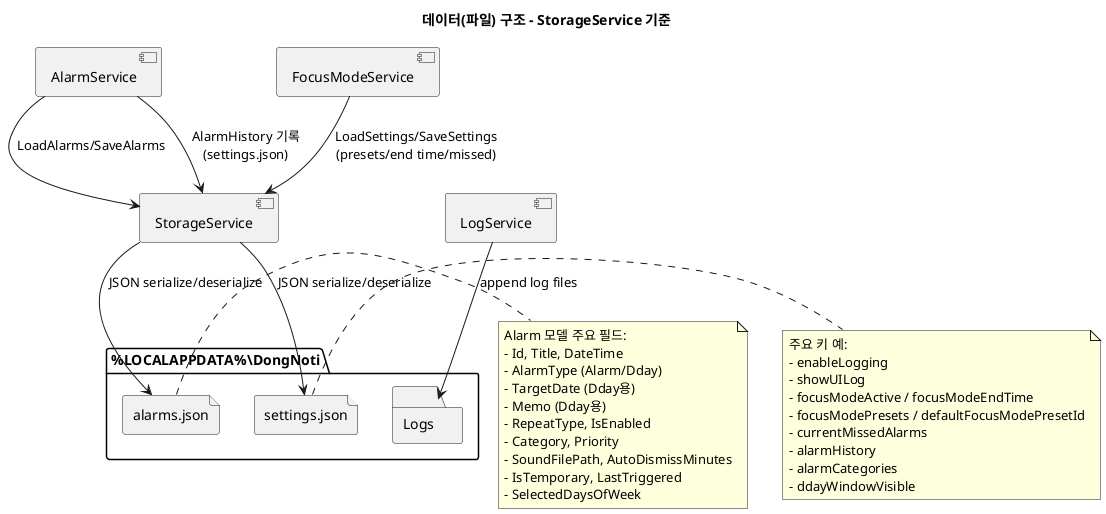
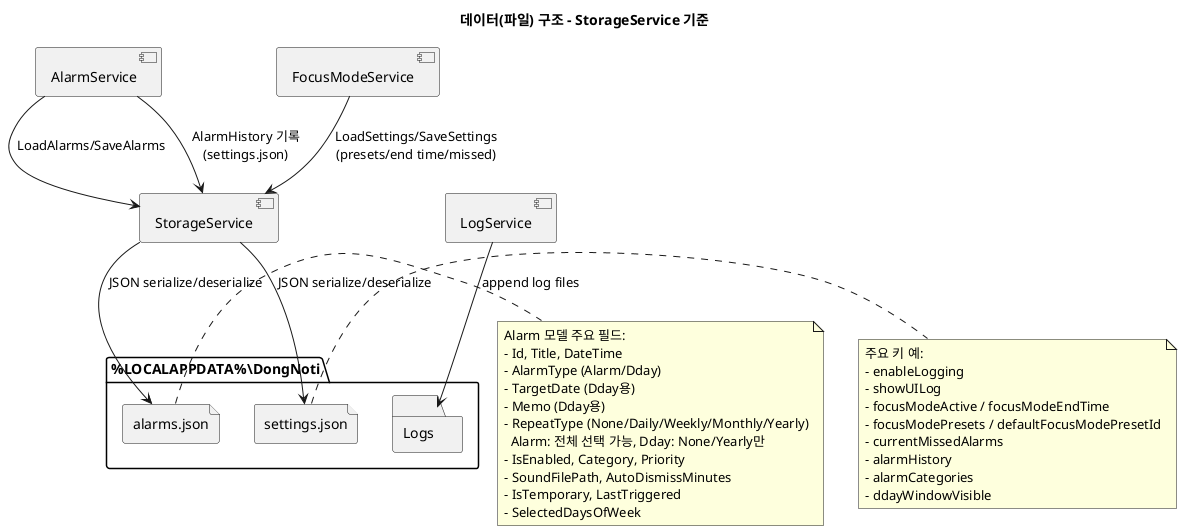
@startuml
title 데이터(파일) 구조 - StorageService 기준

skinparam shadowing false

package "%LOCALAPPDATA%\\DongNoti" {
  file "alarms.json" as Alarms
  file "settings.json" as Settings
  folder "Logs" as Logs
}

component "StorageService" as Store
component "LogService" as Log
component "AlarmService" as AlarmSvc
component "FocusModeService" as Focus

AlarmSvc --> Store : LoadAlarms/SaveAlarms
Focus --> Store : LoadSettings/SaveSettings\n(presets/end time/missed)
AlarmSvc --> Store : AlarmHistory 기록\n(settings.json)

Store --> Alarms : JSON serialize/deserialize
Store --> Settings : JSON serialize/deserialize
Log --> Logs : append log files

note right of Alarms
Alarm 모델 주요 필드:
- Id, Title, DateTime
- AlarmType (Alarm/Dday)
- TargetDate (Dday용)
- Memo (Dday용)
- - RepeatType, IsEnabled
- - Category, Priority
+ - RepeatType (None/Daily/Weekly/Monthly/Yearly)
+   Alarm: 전체 선택 가능, Dday: None/Yearly만
+ - IsEnabled, Category, Priority
- SoundFilePath, AutoDismissMinutes
- IsTemporary, LastTriggered
- SelectedDaysOfWeek
end note

note right of Settings
주요 키 예:
- enableLogging
- showUILog
- focusModeActive / focusModeEndTime
- focusModePresets / defaultFocusModePresetId
- currentMissedAlarms
- alarmHistory
- alarmCategories
- ddayWindowVisible
end note

@enduml

